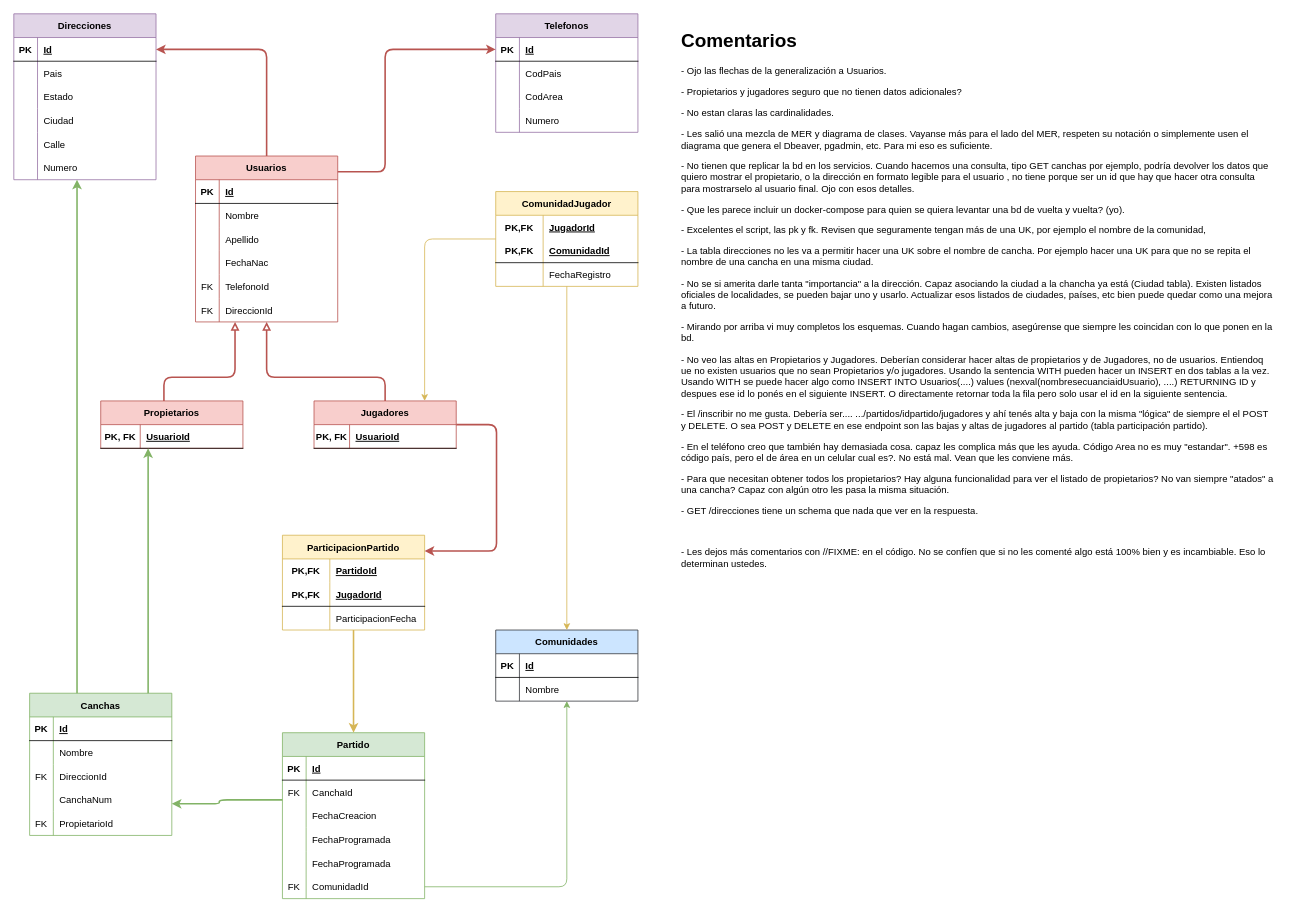
Above: design/db/schema.drawio in fmartinez28/PartidosYa (draw.io), before the change. Source tidied: cells renumbered, new cells numbered last; positions are measured from the earlier drawing's top-left corner, leaving out a move shared by most shapes. Both pictures are drawn from the tidied source at 79%, with x=0, y=0 at pixel (13, 13).
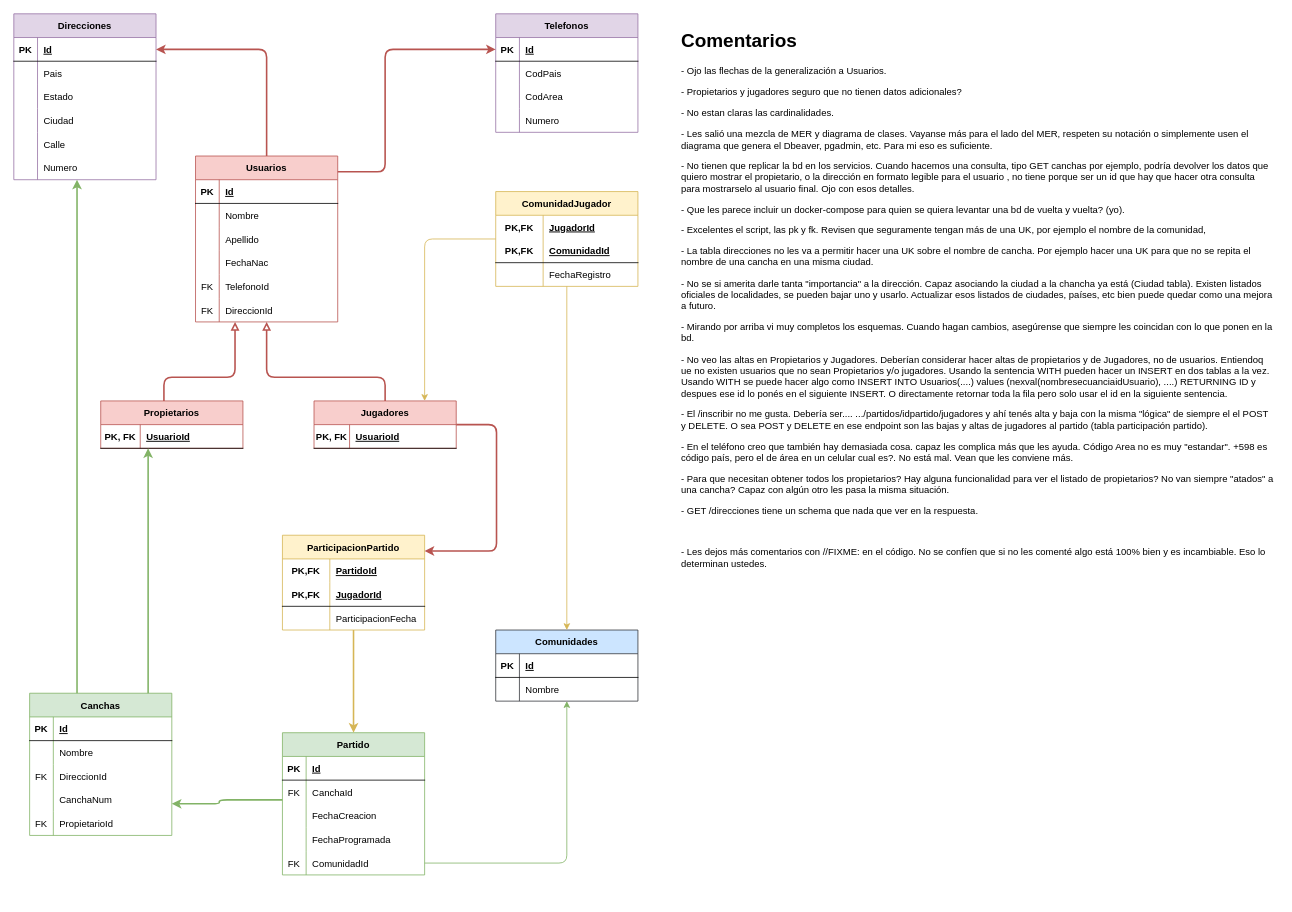
Above is the later version.

Commit message (it also covers changes not shown here):
avanzado el diseño del front jugador tmb

Change to the diagram source:
```diff
@@
     <mxCell id="2" value="Partido" style="shape=table;startSize=30;childLayout=tableLayout;rowLines=0;fontStyle=1;align=center;fillColor=#d5e8d4;strokeColor=#82b366;" parent="1" vertex="1">
-      <mxGeometry x="340" y="910" width="180" height="210" as="geometry" />
+      <mxGeometry x="340" y="910" width="180" height="180" as="geometry" />
     </mxCell>
@@
-    <mxCell id="15" style="shape=tableRow;horizontal=0;startSize=0;swimlaneHead=0;swimlaneBody=0;fillColor=none;top=0;left=0;right=0;bottom=0;" parent="2" vertex="1">
-      <mxGeometry y="150" width="180" height="30" as="geometry" />
-    </mxCell>
-    <mxCell id="16" style="shape=partialRectangle;fillColor=none;top=0;left=0;bottom=0;right=0;overflow=hidden;" parent="15" vertex="1">
-      <mxGeometry width="30" height="30" as="geometry" />
-    </mxCell>
-    <mxCell id="17" value="FechaProgramada" style="shape=partialRectangle;fillColor=none;top=0;left=0;bottom=0;right=0;align=left;spacingLeft=6;overflow=hidden;" parent="15" vertex="1">
-      <mxGeometry x="30" width="150" height="30" as="geometry" />
-    </mxCell>
     <mxCell id="18" style="shape=tableRow;horizontal=0;startSize=0;swimlaneHead=0;swimlaneBody=0;fillColor=none;points=[[0,0.5],[1,0.5]];portConstraint=eastwest;top=0;left=0;right=0;bottom=0;" parent="2" vertex="1">
-      <mxGeometry y="180" width="180" height="30" as="geometry" />
+      <mxGeometry y="150" width="180" height="30" as="geometry" />
     </mxCell>
```
